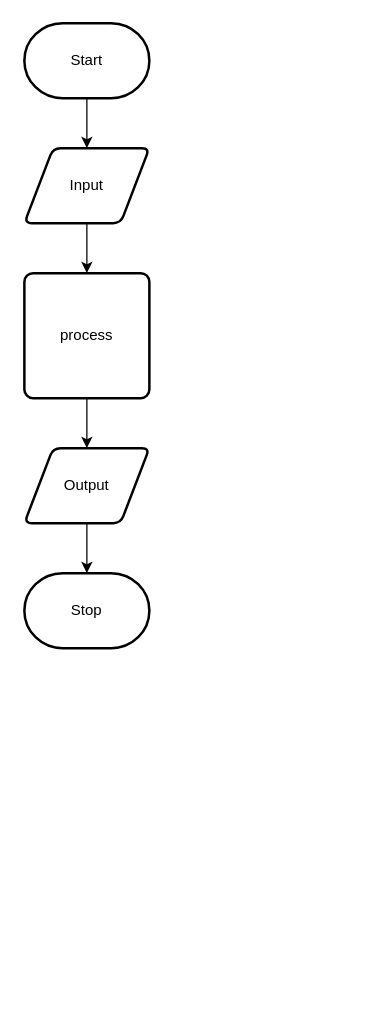
Above: design/flow-chart.drawio in ekaterina-chernykh/ICS20-Unit-5-03 (draw.io), before the change. Source tidied: cells renumbered, new cells numbered last; positions are measured from the earlier drawing's top-left corner, leaving out a move shared by most shapes. Both pictures are drawn from the tidied source at 125%, with x=0, y=0 at pixel (24, 22).
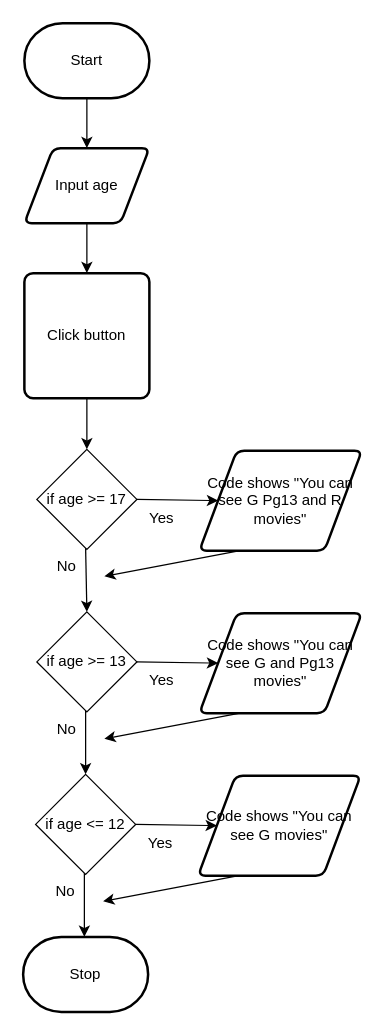
After the change.

Commit message (it also covers changes not shown here):
flowchart and story board

What changed in the source:
```diff
@@
-    <mxCell id="5" value="Input" style="shape=parallelogram;html=1;strokeWidth=2;perimeter=parallelogramPerimeter;whiteSpace=wrap;rounded=1;arcSize=12;size=0.23;" parent="1" vertex="1">
+    <mxCell id="5" value="Input age" style="shape=parallelogram;html=1;strokeWidth=2;perimeter=parallelogramPerimeter;whiteSpace=wrap;rounded=1;arcSize=12;size=0.23;" parent="1" vertex="1">
       <mxGeometry y="100" width="100" height="60" as="geometry" />
     </mxCell>
-    <mxCell id="6" style="edgeStyle=none;html=1;" parent="1" edge="1" source="7" target="9">
+    <mxCell id="6" style="edgeStyle=none;html=1;exitX=0.5;exitY=1;exitDx=0;exitDy=0;entryX=0.5;entryY=0;entryDx=0;entryDy=0;" parent="1" edge="1" source="7" target="12">
       <mxGeometry relative="1" as="geometry" />
     </mxCell>
-    <mxCell id="7" value="process" style="rounded=1;whiteSpace=wrap;html=1;absoluteArcSize=1;arcSize=14;strokeWidth=2;" parent="1" vertex="1">
+    <mxCell id="7" value="Click button" style="rounded=1;whiteSpace=wrap;html=1;absoluteArcSize=1;arcSize=14;strokeWidth=2;" parent="1" vertex="1">
       <mxGeometry y="200" width="100" height="100" as="geometry" />
     </mxCell>
-    <mxCell id="8" style="edgeStyle=none;html=1;" parent="1" edge="1" source="9" target="10">
-      <mxGeometry relative="1" as="geometry" />
-    </mxCell>
-    <mxCell id="9" value="Output" style="shape=parallelogram;html=1;strokeWidth=2;perimeter=parallelogramPerimeter;whiteSpace=wrap;rounded=1;arcSize=12;size=0.23;" parent="1" vertex="1">
-      <mxGeometry y="340" width="100" height="60" as="geometry" />
-    </mxCell>
     <mxCell id="10" value="Stop" style="strokeWidth=2;html=1;shape=mxgraph.flowchart.terminator;whiteSpace=wrap;" parent="1" vertex="1">
-      <mxGeometry y="440" width="100" height="60" as="geometry" />
+      <mxGeometry x="-1" y="731" width="100" height="60" as="geometry" />
     </mxCell>
+    <mxCell id="11" style="edgeStyle=none;html=1;exitX=1;exitY=0.5;exitDx=0;exitDy=0;entryX=0;entryY=0.5;entryDx=0;entryDy=0;" parent="1" edge="1" source="12" target="14">
+      <mxGeometry relative="1" as="geometry" />
+    </mxCell>
+    <mxCell id="12" value="if age &amp;gt;= 17" style="rhombus;whiteSpace=wrap;html=1;" parent="1" vertex="1">
+      <mxGeometry x="10" y="341" width="80" height="80" as="geometry" />
+    </mxCell>
+    <mxCell id="13" style="edgeStyle=none;html=1;exitX=0.25;exitY=1;exitDx=0;exitDy=0;entryX=1;entryY=0.75;entryDx=0;entryDy=0;" parent="1" edge="1" source="14" target="17">
+      <mxGeometry relative="1" as="geometry" />
+    </mxCell>
+    <mxCell id="14" value="Code shows &quot;You can see G Pg13 and R movies&quot;" style="shape=parallelogram;html=1;strokeWidth=2;perimeter=parallelogramPerimeter;whiteSpace=wrap;rounded=1;arcSize=12;size=0.23;" parent="1" vertex="1">
+      <mxGeometry x="140" y="342" width="130" height="80" as="geometry" />
+    </mxCell>
+    <mxCell id="15" value="Yes" style="text;html=1;strokeColor=none;fillColor=none;align=center;verticalAlign=middle;whiteSpace=wrap;rounded=0;" parent="1" vertex="1">
+      <mxGeometry x="80" y="381" width="60" height="30" as="geometry" />
+    </mxCell>
+    <mxCell id="16" style="edgeStyle=none;html=1;exitX=0.75;exitY=0;exitDx=0;exitDy=0;entryX=0.5;entryY=0;entryDx=0;entryDy=0;" parent="1" edge="1" source="17" target="19">
+      <mxGeometry relative="1" as="geometry" />
+    </mxCell>
+    <mxCell id="17" value="No" style="text;html=1;strokeColor=none;fillColor=none;align=center;verticalAlign=middle;whiteSpace=wrap;rounded=0;" parent="1" vertex="1">
+      <mxGeometry x="4" y="420" width="60" height="30" as="geometry" />
+    </mxCell>
+    <mxCell id="18" style="edgeStyle=none;html=1;exitX=1;exitY=0.5;exitDx=0;exitDy=0;entryX=0;entryY=0.5;entryDx=0;entryDy=0;" parent="1" edge="1" source="19" target="21">
+      <mxGeometry relative="1" as="geometry" />
+    </mxCell>
+    <mxCell id="19" value="if age &amp;gt;= 13" style="rhombus;whiteSpace=wrap;html=1;" parent="1" vertex="1">
+      <mxGeometry x="10" y="471" width="80" height="80" as="geometry" />
+    </mxCell>
+    <mxCell id="20" style="edgeStyle=none;html=1;exitX=0.25;exitY=1;exitDx=0;exitDy=0;entryX=1;entryY=0.75;entryDx=0;entryDy=0;" parent="1" edge="1" source="21" target="24">
+      <mxGeometry relative="1" as="geometry" />
+    </mxCell>
+    <mxCell id="21" value="Code shows &quot;You can see G and Pg13 movies&quot;" style="shape=parallelogram;html=1;strokeWidth=2;perimeter=parallelogramPerimeter;whiteSpace=wrap;rounded=1;arcSize=12;size=0.23;" parent="1" vertex="1">
+      <mxGeometry x="140" y="472" width="130" height="80" as="geometry" />
+    </mxCell>
+    <mxCell id="22" value="Yes" style="text;html=1;strokeColor=none;fillColor=none;align=center;verticalAlign=middle;whiteSpace=wrap;rounded=0;" parent="1" vertex="1">
+      <mxGeometry x="80" y="511" width="60" height="30" as="geometry" />
+    </mxCell>
+    <mxCell id="23" style="edgeStyle=none;html=1;exitX=0.75;exitY=0;exitDx=0;exitDy=0;" parent="1" edge="1" source="24">
+      <mxGeometry relative="1" as="geometry">
+        <mxPoint x="49" y="601" as="targetPoint" />
+      </mxGeometry>
+    </mxCell>
+    <mxCell id="24" value="No" style="text;html=1;strokeColor=none;fillColor=none;align=center;verticalAlign=middle;whiteSpace=wrap;rounded=0;" parent="1" vertex="1">
+      <mxGeometry x="4" y="550" width="60" height="30" as="geometry" />
+    </mxCell>
+    <mxCell id="25" style="edgeStyle=none;html=1;exitX=1;exitY=0.5;exitDx=0;exitDy=0;entryX=0;entryY=0.5;entryDx=0;entryDy=0;" parent="1" edge="1" source="26" target="28">
+      <mxGeometry relative="1" as="geometry" />
+    </mxCell>
+    <mxCell id="26" value="if age &amp;lt;= 12" style="rhombus;whiteSpace=wrap;html=1;" parent="1" vertex="1">
+      <mxGeometry x="9" y="601" width="80" height="80" as="geometry" />
+    </mxCell>
+    <mxCell id="27" style="edgeStyle=none;html=1;exitX=0.25;exitY=1;exitDx=0;exitDy=0;entryX=1;entryY=0.75;entryDx=0;entryDy=0;" parent="1" edge="1" source="28" target="31">
+      <mxGeometry relative="1" as="geometry" />
+    </mxCell>
+    <mxCell id="28" value="Code shows &quot;You can see G movies&quot;" style="shape=parallelogram;html=1;strokeWidth=2;perimeter=parallelogramPerimeter;whiteSpace=wrap;rounded=1;arcSize=12;size=0.23;" parent="1" vertex="1">
+      <mxGeometry x="139" y="602" width="130" height="80" as="geometry" />
+    </mxCell>
+    <mxCell id="29" value="Yes" style="text;html=1;strokeColor=none;fillColor=none;align=center;verticalAlign=middle;whiteSpace=wrap;rounded=0;" parent="1" vertex="1">
+      <mxGeometry x="79" y="641" width="60" height="30" as="geometry" />
+    </mxCell>
+    <mxCell id="30" style="edgeStyle=none;html=1;exitX=0.75;exitY=0;exitDx=0;exitDy=0;" parent="1" edge="1" source="31">
+      <mxGeometry relative="1" as="geometry">
+        <mxPoint x="48" y="731" as="targetPoint" />
+      </mxGeometry>
+    </mxCell>
+    <mxCell id="31" value="No" style="text;html=1;strokeColor=none;fillColor=none;align=center;verticalAlign=middle;whiteSpace=wrap;rounded=0;" parent="1" vertex="1">
+      <mxGeometry x="3" y="680" width="60" height="30" as="geometry" />
+    </mxCell>
```
